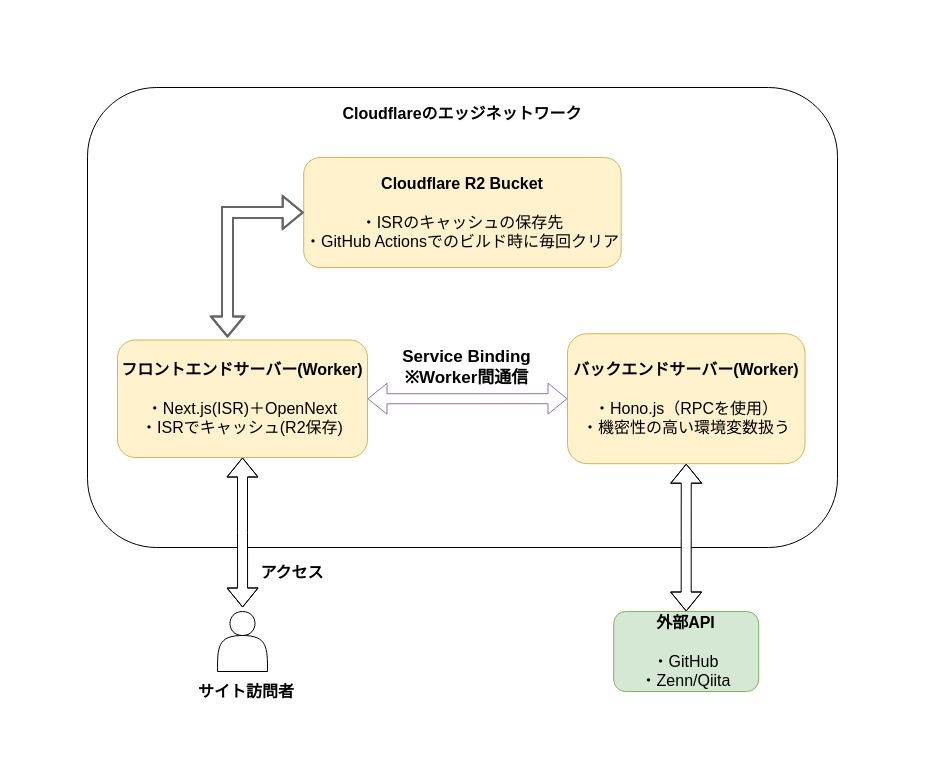
Earlier version of the draw.io diagram docs/システム構成図.drawio (TweeTeaFOX223/fox-homepage-mk1). Source tidied: cells renumbered, new cells numbered last; positions are measured from the earlier drawing's top-left corner, leaving out a move shared by most shapes. Both pictures are drawn from the tidied source at 100%, with x=0, y=0 at pixel (87, 87).
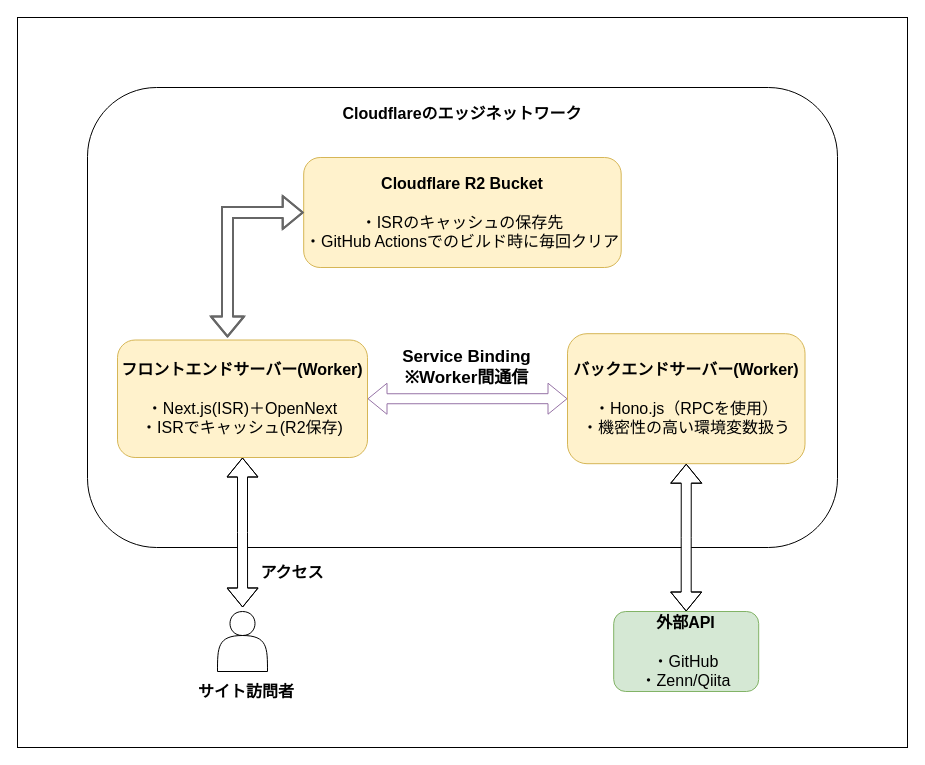
The same diagram, later.

Diff of the diagram source:
```diff
@@
 <mxGraphModel>
   <root>
     <mxCell id="0" />
     <mxCell id="1" parent="0" />
+    <mxCell id="15" style="rounded=0;whiteSpace=wrap;html=1;" parent="1" vertex="1">
+      <mxGeometry x="-70" y="-70" width="890" height="730" as="geometry" />
+    </mxCell>
     <mxCell id="2" value="Cloudflareのエッジネットワーク" style="rounded=1;whiteSpace=wrap;html=1;verticalAlign=top;fontSize=16;fontStyle=1;align=center;spacingTop=10;" parent="1" vertex="1">
       <mxGeometry width="750" height="460" as="geometry" />
     </mxCell>
     <mxCell id="3" style="edgeStyle=orthogonalEdgeStyle;shape=flexArrow;rounded=0;jettySize=auto;html=1;exitX=0.5;exitY=1;exitDx=0;exitDy=0;fontSize=16;startArrow=block;startFill=0;endArrow=block;fillColor=default;gradientColor=none;" parent="1" edge="1" source="4">
       <mxGeometry relative="1" as="geometry">
         <mxPoint x="155.1" y="520" as="targetPoint" />
       </mxGeometry>
     </mxCell>
     <mxCell id="4" value="&lt;font style=&quot;font-size: 16px;&quot;&gt;&lt;b&gt;フロントエンドサーバー(Worker)&lt;br&gt;&lt;/b&gt;&lt;br&gt;・Next.js(ISR)＋OpenNext&lt;br&gt;・ISRでキャッシュ(R2保存)&lt;/font&gt;" style="rounded=1;whiteSpace=wrap;html=1;fillColor=#fff2cc;strokeColor=#d6b656;fontSize=12;align=center;" parent="1" vertex="1">
       <mxGeometry x="30" y="252.5" width="250" height="117.5" as="geometry" />
     </mxCell>
     <mxCell id="5" value="&lt;font style=&quot;font-size: 16px;&quot;&gt;&lt;b&gt;バックエンドサーバー&lt;/b&gt;&lt;b style=&quot;border-color: var(--border-color);&quot;&gt;(Worker)&lt;/b&gt;&lt;b&gt;&lt;br&gt;&lt;/b&gt;&lt;br&gt;・Hono.js（RPCを使用）&lt;br&gt;・機密性の高い環境変数扱う&lt;br&gt;&lt;/font&gt;" style="rounded=1;whiteSpace=wrap;html=1;fillColor=#fff2cc;strokeColor=#d6b656;fontSize=12;align=center;" parent="1" vertex="1">
       <mxGeometry x="480" y="246.2" width="237.5" height="130" as="geometry" />
     </mxCell>
     <mxCell id="6" style="shape=flexArrow;endArrow=classic;startArrow=classic;html=1;rounded=0;fillColor=default;strokeColor=#9673a6;exitX=1;exitY=0.5;exitDx=0;exitDy=0;entryX=0;entryY=0.5;entryX=0;entryY=0.5;entryDx=0;entryDy=0;gradientColor=none;" parent="1" edge="1" source="4" target="5">
       <mxGeometry relative="1" as="geometry" />
     </mxCell>
     <mxCell id="7" value="&lt;font style=&quot;font-size: 17px;&quot;&gt;&lt;b&gt;Service Binding &lt;br&gt;※Worker間通信&lt;/b&gt;&lt;/font&gt;" style="edgeLabel;html=1;align=center;verticalAlign=middle;labelBackgroundColor=none;" parent="6" vertex="1">
       <mxGeometry x="-0.31" y="-4" relative="1" as="geometry">
         <mxPoint x="29" y="-36" as="offset" />
       </mxGeometry>
     </mxCell>
     <mxCell id="8" value="&lt;font style=&quot;font-size: 16px;&quot;&gt;&lt;b&gt;Cloudflare R2 Bucket&lt;br&gt;&lt;br&gt;&lt;/b&gt;・ISRのキャッシュの保存先&lt;br&gt;・GitHub Actionsでのビルド時に毎回クリア&lt;/font&gt;" style="rounded=1;whiteSpace=wrap;html=1;fillColor=#fff2cc;strokeColor=#d6b656;fontSize=12;align=center;" parent="1" vertex="1">
       <mxGeometry x="216.2" y="70" width="317.5" height="110" as="geometry" />
     </mxCell>
     <mxCell id="9" style="edgeStyle=orthogonalEdgeStyle;shape=flexArrow;rounded=0;jettySize=auto;html=1;entryX=0.5;entryY=1;entryDx=0;entryDy=0;fontSize=16;startArrow=block;startFill=0;endArrow=block;fillColor=default;gradientColor=none;" parent="1" edge="1" source="10" target="5">
       <mxGeometry relative="1" as="geometry" />
     </mxCell>
     <mxCell id="10" value="&lt;font style=&quot;font-size: 16px;&quot;&gt;&lt;b&gt;外部API&lt;br&gt;&lt;/b&gt;&lt;br&gt;・GitHub&lt;br&gt;・Zenn/Qiita&lt;/font&gt;" style="rounded=1;whiteSpace=wrap;html=1;fillColor=#d5e8d4;strokeColor=#82b366;fontSize=12;align=center;" parent="1" vertex="1">
       <mxGeometry x="526.2" y="524" width="145" height="80" as="geometry" />
     </mxCell>
     <mxCell id="11" style="endArrow=block;html=1;rounded=0;entryX=0;entryY=0.5;entryDx=0;entryDy=0;strokeWidth=2;strokeColor=#666666;shape=flexArrow;startArrow=block;startFill=0;" parent="1" edge="1" target="8">
       <mxGeometry relative="1" as="geometry">
         <mxPoint x="140" y="250" as="sourcePoint" />
         <Array as="points">
           <mxPoint x="140" y="125" />
         </Array>
       </mxGeometry>
     </mxCell>
     <mxCell id="12" style="shape=actor;whiteSpace=wrap;html=1;labelBackgroundColor=none;fontSize=25;" parent="1" vertex="1">
       <mxGeometry x="130" y="524" width="50" height="60" as="geometry" />
     </mxCell>
     <mxCell id="13" value="&lt;font style=&quot;font-size: 16px;&quot;&gt;サイト訪問者&lt;/font&gt;" style="text;html=1;strokeColor=none;fillColor=none;align=center;verticalAlign=middle;whiteSpace=wrap;rounded=0;labelBackgroundColor=none;fontSize=25;fontStyle=1;" parent="1" vertex="1">
       <mxGeometry x="78.8" y="585" width="160" height="30" as="geometry" />
     </mxCell>
     <mxCell id="14" value="アクセス" style="text;html=1;align=center;verticalAlign=middle;whiteSpace=wrap;rounded=0;fontSize=16;fontStyle=1;" parent="1" vertex="1">
       <mxGeometry x="160" y="440" width="90" height="90" as="geometry" />
     </mxCell>
   </root>
 </mxGraphModel>
```
